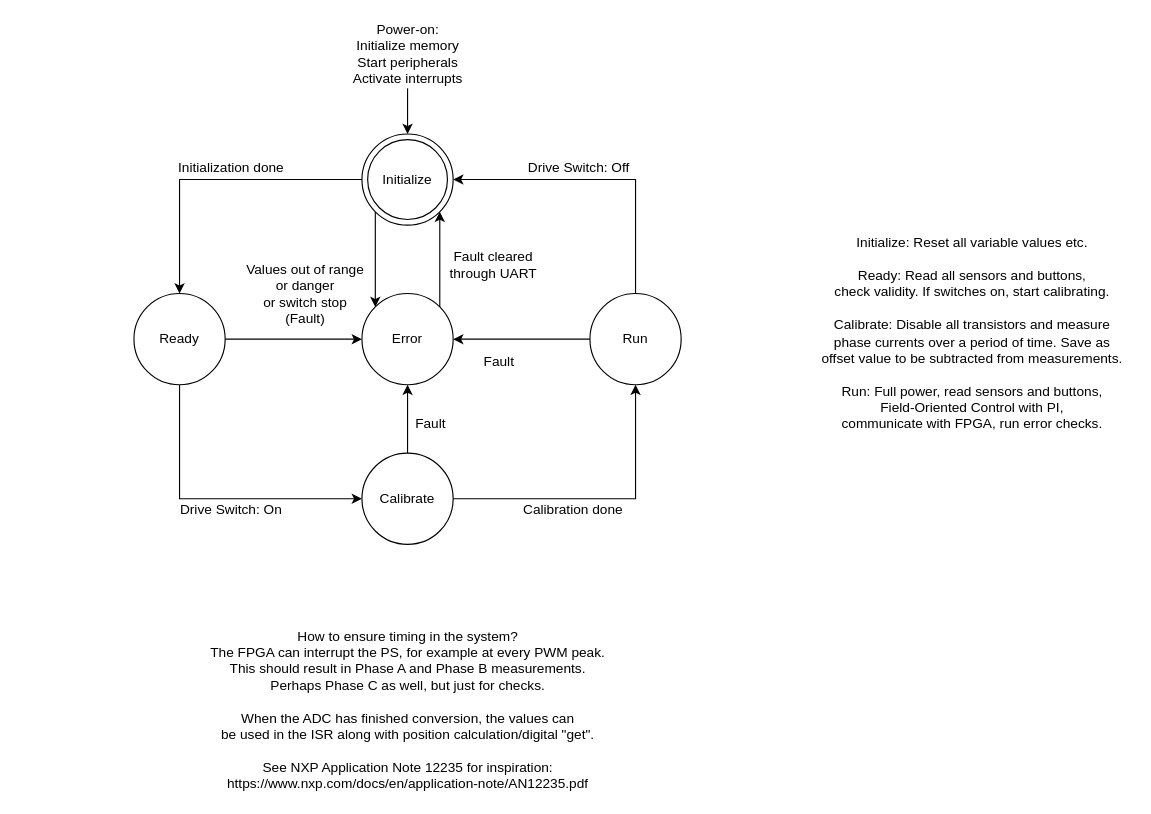
SR-Madsen/ElectricGoKart keeps this draw.io diagram as page "State Machine Overview" (3 of 5) of Overview/ElectricGoKart.drawio. Above is the earlier version. Source tidied: cells renumbered, new cells numbered last; positions are measured from the earlier drawing's top-left corner, leaving out a move shared by most shapes. Both pictures are drawn from the tidied source at 114%, with x=0, y=0 at pixel (133, 19).
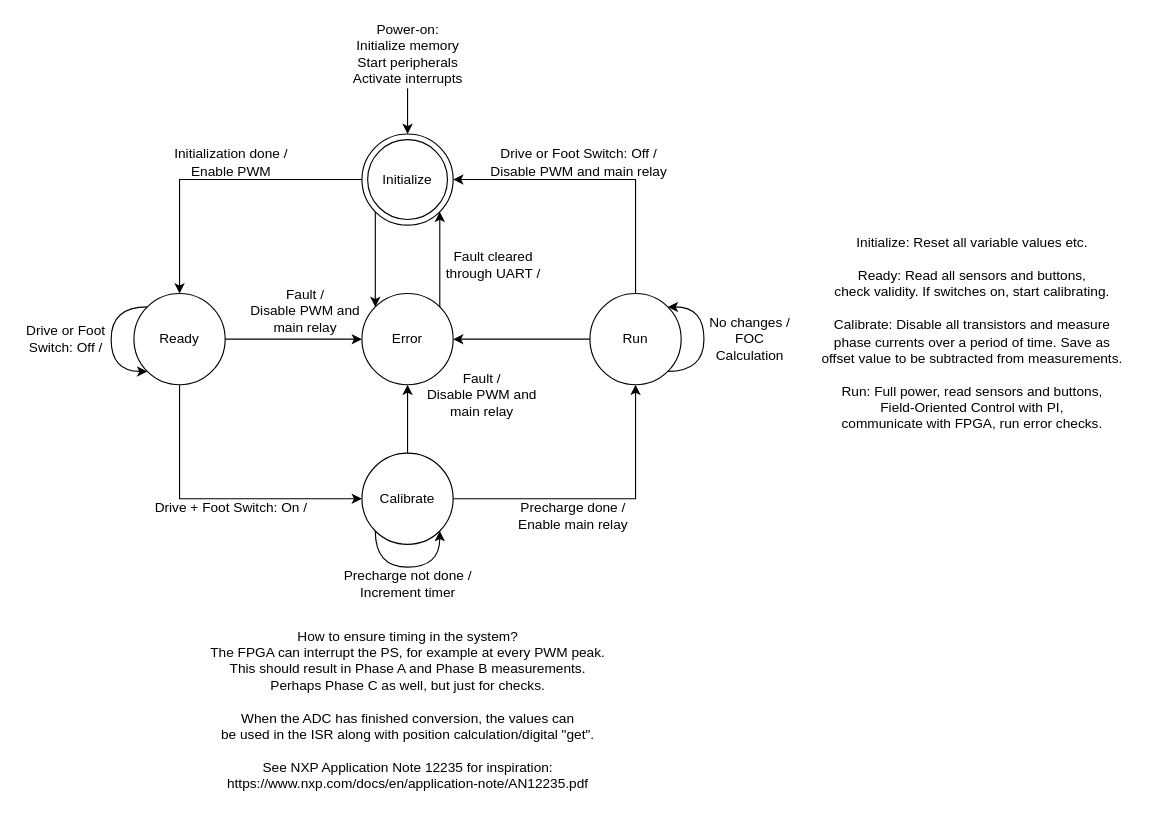
After the change.

The change refers to these unchanged cells:
```xml
<mxCell id="8" value="Ready" style="ellipse;whiteSpace=wrap;html=1;" parent="1" vertex="1">
  <mxGeometry y="240" width="80" height="80" as="geometry" />
</mxCell>
<mxCell id="11" value="Calibrate" style="ellipse;whiteSpace=wrap;html=1;" parent="1" vertex="1">
  <mxGeometry x="200" y="380" width="80" height="80" as="geometry" />
</mxCell>
<mxCell id="14" value="Run" style="ellipse;whiteSpace=wrap;html=1;" parent="1" vertex="1">
  <mxGeometry x="400" y="240" width="80" height="80" as="geometry" />
</mxCell>
```

What changed in the source:
```diff
@@
-    <mxCell id="17" value="Initialization done" style="text;html=1;align=center;verticalAlign=middle;" parent="1" vertex="1">
-      <mxGeometry x="30" y="120" width="110" height="20" as="geometry" />
+    <mxCell id="17" value="&lt;div&gt;Initialization done /&lt;/div&gt;Enable PWM" style="text;html=1;align=center;verticalAlign=middle;" parent="1" vertex="1">
+      <mxGeometry x="30" y="110" width="110" height="30" as="geometry" />
     </mxCell>
-    <mxCell id="18" value="Drive Switch: On" style="text;html=1;align=center;verticalAlign=middle;" parent="1" vertex="1">
-      <mxGeometry x="35" y="420" width="100" height="20" as="geometry" />
+    <mxCell id="18" value="&lt;div&gt;Drive + Foot Switch: On /&lt;/div&gt;&lt;div&gt;&lt;br&gt;&lt;/div&gt;" style="text;html=1;align=center;verticalAlign=middle;" parent="1" vertex="1">
+      <mxGeometry x="10" y="420" width="150" height="30" as="geometry" />
     </mxCell>
-    <mxCell id="19" value="Calibration done" style="text;html=1;align=center;verticalAlign=middle;" parent="1" vertex="1">
-      <mxGeometry x="330" y="420" width="110" height="20" as="geometry" />
+    <mxCell id="19" value="&lt;div&gt;Precharge done /&lt;/div&gt;&lt;div&gt;Enable main relay&lt;br&gt;&lt;/div&gt;" style="text;html=1;align=center;verticalAlign=middle;" parent="1" vertex="1">
+      <mxGeometry x="330" y="420" width="110" height="30" as="geometry" />
     </mxCell>
-    <mxCell id="20" value="Drive Switch: Off" style="text;html=1;align=center;verticalAlign=middle;" parent="1" vertex="1">
-      <mxGeometry x="340" y="120" width="100" height="20" as="geometry" />
+    <mxCell id="20" value="&lt;div&gt;Drive or Foot Switch: Off /&lt;/div&gt;&lt;div&gt;Disable PWM and main relay&lt;br&gt;&lt;/div&gt;" style="text;html=1;align=center;verticalAlign=middle;" parent="1" vertex="1">
+      <mxGeometry x="305" y="110" width="170" height="30" as="geometry" />
     </mxCell>
-    <mxCell id="21" value="&lt;div&gt;Values out of range&lt;/div&gt;&lt;div&gt;or danger&lt;/div&gt;&lt;div&gt;or switch stop&lt;/div&gt;&lt;div&gt;(Fault)&lt;br&gt;&lt;/div&gt;" style="text;html=1;align=center;verticalAlign=middle;" parent="1" vertex="1">
-      <mxGeometry x="90" y="210" width="120" height="60" as="geometry" />
+    <mxCell id="21" value="&lt;div&gt;Fault /&lt;/div&gt;&lt;div&gt;Disable PWM and&lt;/div&gt;&lt;div&gt;main relay&lt;br&gt;&lt;/div&gt;" style="text;html=1;align=center;verticalAlign=middle;" parent="1" vertex="1">
+      <mxGeometry x="95" y="230" width="110" height="50" as="geometry" />
     </mxCell>
-    <mxCell id="22" value="Fault" style="text;html=1;align=center;verticalAlign=middle;" parent="1" vertex="1">
-      <mxGeometry x="300" y="290" width="40" height="20" as="geometry" />
+    <mxCell id="22" value="&lt;div&gt;Fault /&lt;/div&gt;&lt;div&gt;Disable PWM and&lt;/div&gt;&lt;div&gt;main relay&lt;br&gt;&lt;/div&gt;" style="text;html=1;align=center;verticalAlign=middle;" parent="1" vertex="1">
+      <mxGeometry x="250" y="304" width="110" height="50" as="geometry" />
     </mxCell>
-    <mxCell id="23" value="Fault" style="text;html=1;align=center;verticalAlign=middle;" parent="1" vertex="1">
-      <mxGeometry x="240" y="344" width="40" height="20" as="geometry" />
-    </mxCell>
@@
-    <mxCell id="28" value="&lt;div&gt;Fault cleared&lt;/div&gt;&lt;div&gt;through UART&lt;br&gt;&lt;/div&gt;" style="text;html=1;align=center;verticalAlign=middle;" parent="1" vertex="1">
-      <mxGeometry x="270" y="200" width="90" height="30" as="geometry" />
+    <mxCell id="28" value="&lt;div&gt;Fault cleared&lt;/div&gt;&lt;div&gt;through UART /&lt;/div&gt;" style="text;html=1;align=center;verticalAlign=middle;" parent="1" vertex="1">
+      <mxGeometry x="265" y="200" width="100" height="30" as="geometry" />
     </mxCell>
+    <mxCell id="29" style="edgeStyle=orthogonalEdgeStyle;orthogonalLoop=1;jettySize=auto;html=1;exitX=0;exitY=0;exitDx=0;exitDy=0;entryX=0;entryY=1;entryDx=0;entryDy=0;curved=1;" parent="1" edge="1" source="8" target="8">
+      <mxGeometry relative="1" as="geometry">
+        <Array as="points">
+          <mxPoint x="-20" y="252" />
+          <mxPoint x="-20" y="308" />
+        </Array>
+      </mxGeometry>
+    </mxCell>
+    <mxCell id="30" value="&lt;div&gt;Drive or Foot&lt;/div&gt;&lt;div&gt;Switch: Off /&lt;/div&gt;" style="text;html=1;align=center;verticalAlign=middle;strokeColor=none;" parent="1" vertex="1">
+      <mxGeometry x="-100" y="265" width="80" height="30" as="geometry" />
+    </mxCell>
+    <mxCell id="31" style="edgeStyle=orthogonalEdgeStyle;curved=1;orthogonalLoop=1;jettySize=auto;html=1;exitX=0;exitY=1;exitDx=0;exitDy=0;entryX=1;entryY=1;entryDx=0;entryDy=0;" parent="1" edge="1" source="11" target="11">
+      <mxGeometry relative="1" as="geometry">
+        <Array as="points">
+          <mxPoint x="212" y="480" />
+          <mxPoint x="268" y="480" />
+        </Array>
+      </mxGeometry>
+    </mxCell>
+    <mxCell id="32" value="&lt;div&gt;Precharge not done /&lt;/div&gt;&lt;div&gt;Increment timer&lt;br&gt;&lt;/div&gt;" style="text;html=1;align=center;verticalAlign=middle;strokeColor=none;" parent="1" vertex="1">
+      <mxGeometry x="175" y="480" width="130" height="30" as="geometry" />
+    </mxCell>
+    <mxCell id="33" style="edgeStyle=orthogonalEdgeStyle;curved=1;orthogonalLoop=1;jettySize=auto;html=1;exitX=1;exitY=1;exitDx=0;exitDy=0;entryX=1;entryY=0;entryDx=0;entryDy=0;" parent="1" edge="1" source="14" target="14">
+      <mxGeometry relative="1" as="geometry">
+        <Array as="points">
+          <mxPoint x="500" y="308" />
+          <mxPoint x="500" y="252" />
+        </Array>
+      </mxGeometry>
+    </mxCell>
+    <mxCell id="34" value="&lt;div&gt;No changes /&lt;/div&gt;&lt;div&gt;FOC &lt;br&gt;&lt;/div&gt;&lt;div&gt;Calculation&lt;br&gt;&lt;/div&gt;" style="text;html=1;align=center;verticalAlign=middle;strokeColor=none;" parent="1" vertex="1">
+      <mxGeometry x="495" y="255" width="90" height="50" as="geometry" />
+    </mxCell>
```
